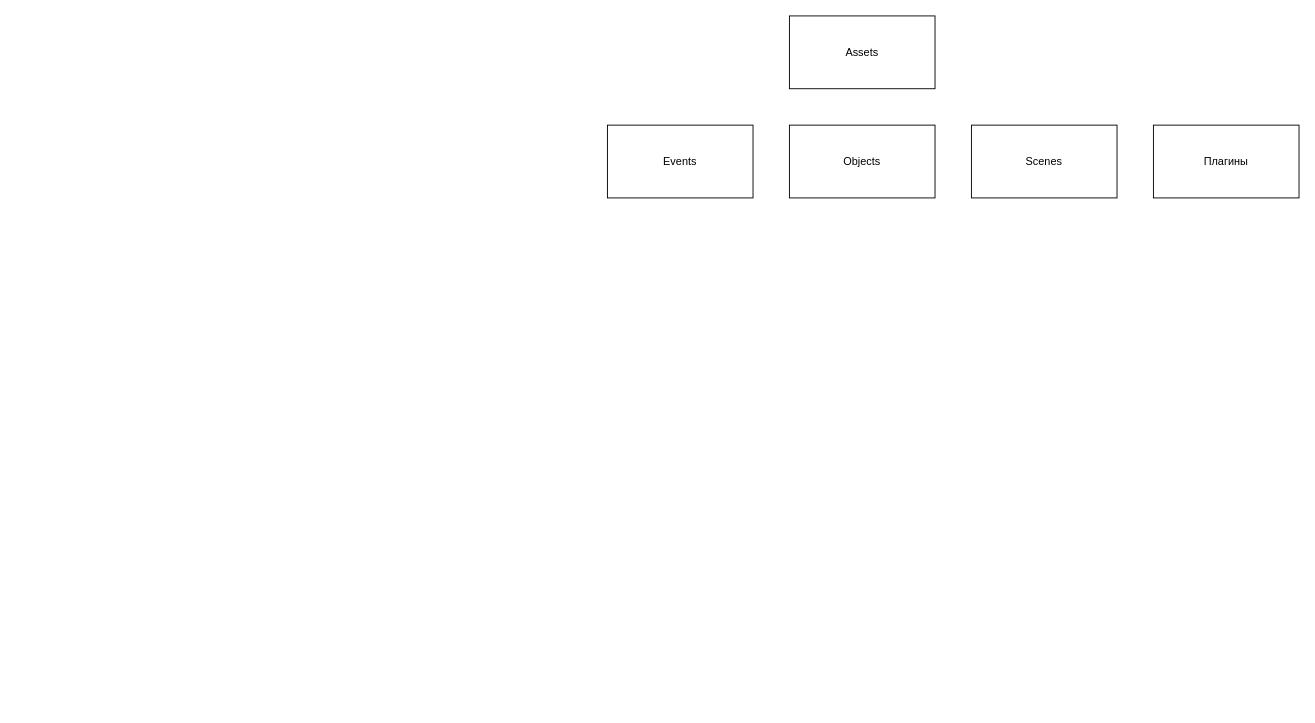
Earlier version of the draw.io diagram page "Assets" (1 of 2) of Иерархия папок проекта.drawio (Ryize/Volma). Source tidied: cells renumbered, new cells numbered last; positions are measured from the earlier drawing's top-left corner, leaving out a move shared by most shapes. Both pictures are drawn from the tidied source at 91%, with x=0, y=0 at pixel (607, 15).
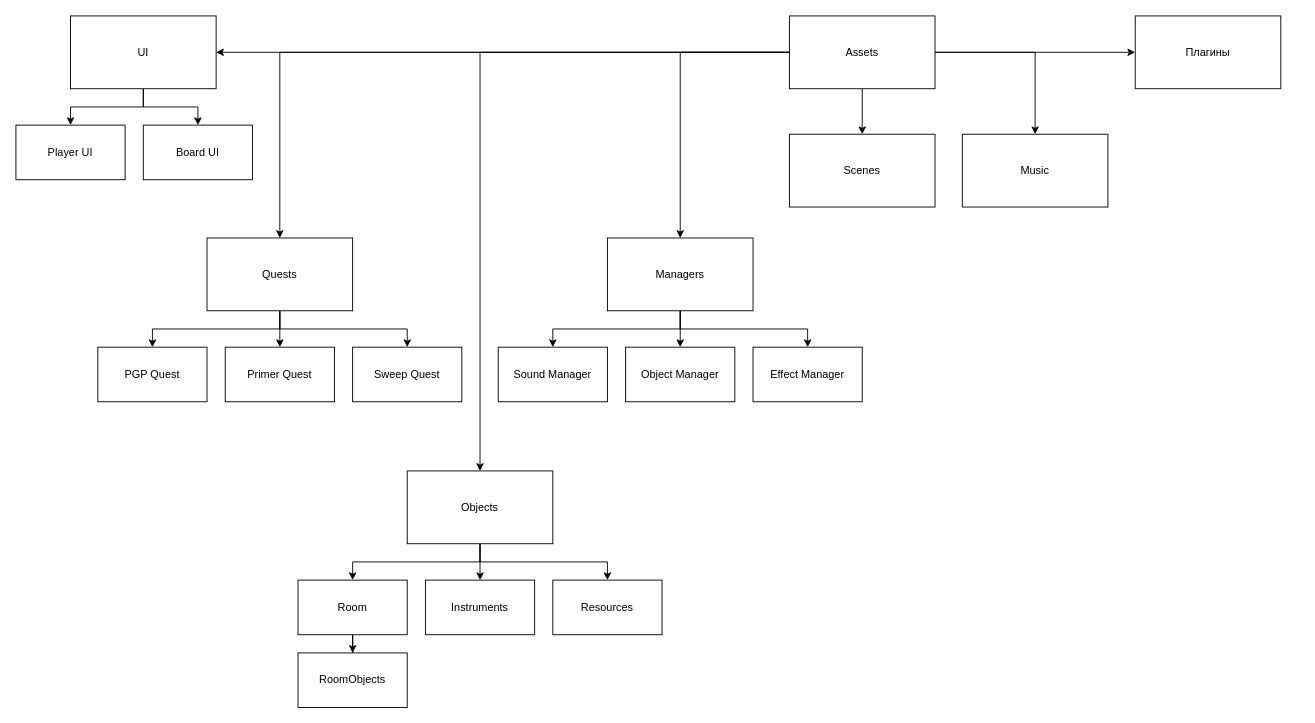
The same page after the edit.

The change refers to these unchanged cells:
```xml
<mxCell id="2" value="Assets" style="rounded=0;whiteSpace=wrap;html=1;" parent="1" vertex="1">
  <mxGeometry x="200" width="160" height="80" as="geometry" />
</mxCell>
```

The edit, as a diff of the source:
```diff
@@
+    <mxCell id="7" style="edgeStyle=orthogonalEdgeStyle;rounded=0;jettySize=auto;html=1;entryX=0.5;entryY=0;entryDx=0;entryDy=0;" parent="1" edge="1" source="2" target="3">
+      <mxGeometry relative="1" as="geometry" />
+    </mxCell>
+    <mxCell id="8" style="edgeStyle=orthogonalEdgeStyle;rounded=0;jettySize=auto;html=1;entryX=0.5;entryY=0;entryDx=0;entryDy=0;" parent="1" edge="1" source="2" target="4">
+      <mxGeometry relative="1" as="geometry" />
+    </mxCell>
+    <mxCell id="9" style="edgeStyle=orthogonalEdgeStyle;rounded=0;jettySize=auto;html=1;entryX=0.5;entryY=0;entryDx=0;entryDy=0;" parent="1" edge="1" source="2" target="5">
+      <mxGeometry relative="1" as="geometry" />
+    </mxCell>
+    <mxCell id="10" style="edgeStyle=orthogonalEdgeStyle;rounded=0;jettySize=auto;html=1;" parent="1" edge="1" source="2" target="30">
+      <mxGeometry relative="1" as="geometry" />
+    </mxCell>
+    <mxCell id="11" style="edgeStyle=orthogonalEdgeStyle;rounded=0;jettySize=auto;html=1;" parent="1" edge="1" source="2" target="35">
+      <mxGeometry relative="1" as="geometry" />
+    </mxCell>
+    <mxCell id="12" style="edgeStyle=orthogonalEdgeStyle;rounded=0;jettySize=auto;html=1;" parent="1" edge="1" source="2" target="6">
+      <mxGeometry relative="1" as="geometry" />
+    </mxCell>
+    <mxCell id="13" style="edgeStyle=orthogonalEdgeStyle;rounded=0;jettySize=auto;html=1;" parent="1" edge="1" source="2" target="38">
+      <mxGeometry relative="1" as="geometry" />
+    </mxCell>
@@
+    <mxCell id="14" style="edgeStyle=orthogonalEdgeStyle;rounded=0;jettySize=auto;html=1;" parent="1" edge="1" source="3" target="20">
+      <mxGeometry relative="1" as="geometry" />
+    </mxCell>
+    <mxCell id="15" style="edgeStyle=orthogonalEdgeStyle;rounded=0;jettySize=auto;html=1;entryX=0.5;entryY=0;entryDx=0;entryDy=0;" parent="1" edge="1" source="3" target="21">
+      <mxGeometry relative="1" as="geometry" />
+    </mxCell>
+    <mxCell id="16" style="edgeStyle=orthogonalEdgeStyle;rounded=0;jettySize=auto;html=1;entryX=0.5;entryY=0;entryDx=0;entryDy=0;" parent="1" edge="1" source="3" target="22">
+      <mxGeometry relative="1" as="geometry" />
+    </mxCell>
-    <mxCell id="3" value="Events&lt;br&gt;" style="rounded=0;whiteSpace=wrap;html=1;" parent="1" vertex="1">
-      <mxGeometry y="120" width="160" height="80" as="geometry" />
+    <mxCell id="3" value="Quests" style="rounded=0;whiteSpace=wrap;html=1;" parent="1" vertex="1">
+      <mxGeometry x="-440" y="244" width="160" height="80" as="geometry" />
     </mxCell>
+    <mxCell id="17" style="edgeStyle=orthogonalEdgeStyle;rounded=0;jettySize=auto;html=1;entryX=0.5;entryY=0;entryDx=0;entryDy=0;" parent="1" edge="1" source="4" target="24">
+      <mxGeometry relative="1" as="geometry" />
+    </mxCell>
+    <mxCell id="18" style="edgeStyle=orthogonalEdgeStyle;rounded=0;jettySize=auto;html=1;entryX=0.5;entryY=0;entryDx=0;entryDy=0;" parent="1" edge="1" source="4" target="25">
+      <mxGeometry relative="1" as="geometry" />
+    </mxCell>
+    <mxCell id="19" style="edgeStyle=orthogonalEdgeStyle;rounded=0;jettySize=auto;html=1;" parent="1" edge="1" source="4" target="26">
+      <mxGeometry relative="1" as="geometry" />
+    </mxCell>
     <mxCell id="4" value="Objects" style="rounded=0;whiteSpace=wrap;html=1;" parent="1" vertex="1">
-      <mxGeometry x="200" y="120" width="160" height="80" as="geometry" />
+      <mxGeometry x="-220" y="500" width="160" height="80" as="geometry" />
     </mxCell>
     <mxCell id="5" value="Scenes" style="rounded=0;whiteSpace=wrap;html=1;" parent="1" vertex="1">
-      <mxGeometry x="400" y="120" width="160" height="80" as="geometry" />
+      <mxGeometry x="200" y="130" width="160" height="80" as="geometry" />
     </mxCell>
     <mxCell id="6" value="Плагины" style="rounded=0;whiteSpace=wrap;html=1;" parent="1" vertex="1">
-      <mxGeometry x="600" y="120" width="160" height="80" as="geometry" />
+      <mxGeometry x="580" width="160" height="80" as="geometry" />
     </mxCell>
+    <mxCell id="20" value="PGP Quest" style="rounded=0;whiteSpace=wrap;html=1;" parent="1" vertex="1">
+      <mxGeometry x="-560" y="364" width="120" height="60" as="geometry" />
+    </mxCell>
+    <mxCell id="21" value="Primer Quest" style="rounded=0;whiteSpace=wrap;html=1;" parent="1" vertex="1">
+      <mxGeometry x="-420" y="364" width="120" height="60" as="geometry" />
+    </mxCell>
+    <mxCell id="22" value="Sweep Quest" style="rounded=0;whiteSpace=wrap;html=1;" parent="1" vertex="1">
+      <mxGeometry x="-280" y="364" width="120" height="60" as="geometry" />
+    </mxCell>
+    <mxCell id="23" style="edgeStyle=orthogonalEdgeStyle;rounded=0;jettySize=auto;html=1;entryX=0.5;entryY=0;entryDx=0;entryDy=0;" parent="1" edge="1" source="24" target="34">
+      <mxGeometry relative="1" as="geometry" />
+    </mxCell>
+    <mxCell id="24" value="Room" style="rounded=0;whiteSpace=wrap;html=1;" parent="1" vertex="1">
+      <mxGeometry x="-340" y="620" width="120" height="60" as="geometry" />
+    </mxCell>
+    <mxCell id="25" value="Instruments" style="rounded=0;whiteSpace=wrap;html=1;" parent="1" vertex="1">
+      <mxGeometry x="-200" y="620" width="120" height="60" as="geometry" />
+    </mxCell>
+    <mxCell id="26" value="Resources" style="rounded=0;whiteSpace=wrap;html=1;" parent="1" vertex="1">
+      <mxGeometry x="-60" y="620" width="120" height="60" as="geometry" />
+    </mxCell>
+    <mxCell id="27" style="edgeStyle=orthogonalEdgeStyle;rounded=0;jettySize=auto;html=1;entryX=0.5;entryY=0;entryDx=0;entryDy=0;" parent="1" edge="1" source="30" target="31">
+      <mxGeometry relative="1" as="geometry" />
+    </mxCell>
+    <mxCell id="28" style="edgeStyle=orthogonalEdgeStyle;rounded=0;jettySize=auto;html=1;" parent="1" edge="1" source="30" target="32">
+      <mxGeometry relative="1" as="geometry" />
+    </mxCell>
+    <mxCell id="29" style="edgeStyle=orthogonalEdgeStyle;rounded=0;jettySize=auto;html=1;" parent="1" edge="1" source="30" target="33">
+      <mxGeometry relative="1" as="geometry" />
+    </mxCell>
+    <mxCell id="30" value="Managers" style="rounded=0;whiteSpace=wrap;html=1;" parent="1" vertex="1">
+      <mxGeometry y="244" width="160" height="80" as="geometry" />
+    </mxCell>
+    <mxCell id="31" value="Object Manager" style="rounded=0;whiteSpace=wrap;html=1;" parent="1" vertex="1">
+      <mxGeometry x="20" y="364" width="120" height="60" as="geometry" />
+    </mxCell>
+    <mxCell id="32" value="Sound Manager" style="rounded=0;whiteSpace=wrap;html=1;" parent="1" vertex="1">
+      <mxGeometry x="-120" y="364" width="120" height="60" as="geometry" />
+    </mxCell>
+    <mxCell id="33" value="Effect Manager" style="rounded=0;whiteSpace=wrap;html=1;" parent="1" vertex="1">
+      <mxGeometry x="160" y="364" width="120" height="60" as="geometry" />
+    </mxCell>
+    <mxCell id="34" value="RoomObjects" style="rounded=0;whiteSpace=wrap;html=1;" parent="1" vertex="1">
+      <mxGeometry x="-340" y="700" width="120" height="60" as="geometry" />
+    </mxCell>
+    <mxCell id="35" value="Music" style="rounded=0;whiteSpace=wrap;html=1;" parent="1" vertex="1">
+      <mxGeometry x="390" y="130" width="160" height="80" as="geometry" />
+    </mxCell>
+    <mxCell id="36" style="edgeStyle=orthogonalEdgeStyle;rounded=0;jettySize=auto;html=1;" parent="1" edge="1" source="38" target="40">
+      <mxGeometry relative="1" as="geometry" />
+    </mxCell>
+    <mxCell id="37" style="edgeStyle=orthogonalEdgeStyle;rounded=0;jettySize=auto;html=1;" parent="1" edge="1" source="38" target="39">
+      <mxGeometry relative="1" as="geometry" />
+    </mxCell>
+    <mxCell id="38" value="UI" style="rounded=0;whiteSpace=wrap;html=1;" parent="1" vertex="1">
+      <mxGeometry x="-590" width="160" height="80" as="geometry" />
+    </mxCell>
+    <mxCell id="39" value="Player UI" style="rounded=0;whiteSpace=wrap;html=1;" parent="1" vertex="1">
+      <mxGeometry x="-650" y="120" width="120" height="60" as="geometry" />
+    </mxCell>
+    <mxCell id="40" value="Board UI" style="rounded=0;whiteSpace=wrap;html=1;" parent="1" vertex="1">
+      <mxGeometry x="-510" y="120" width="120" height="60" as="geometry" />
+    </mxCell>
```
